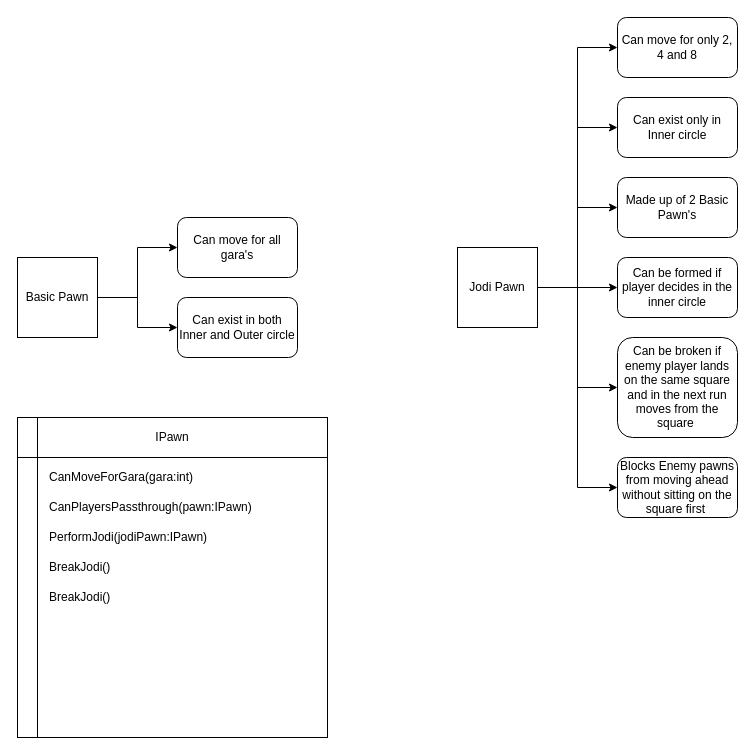
This is page "Pawns" (4 of 6) of ChoukaBara.drawio from mohithsrao/GodotGameChoukaBara, a draw.io file, before an edit. Source tidied: cells renumbered, new cells numbered last; positions are measured from the earlier drawing's top-left corner, leaving out a move shared by most shapes. Both pictures are drawn from the tidied source at 100%, with x=0, y=0 at pixel (17, 17).
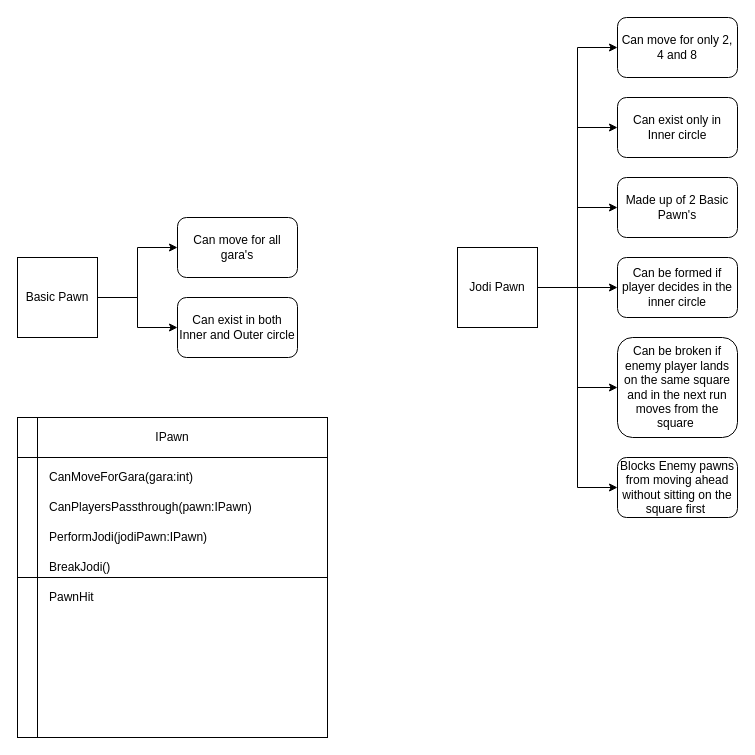
After the change.

Commit message:
Updated diagram for opaen class structure

Unchanged cells that the change refers to:
```xml
<mxCell id="20" style="shape=internalStorage;whiteSpace=wrap;html=1;backgroundOutline=1;dx=20;dy=40;" parent="1" vertex="1">
  <mxGeometry y="400" width="310" height="320" as="geometry" />
</mxCell>
```

What changed in the source:
```diff
@@
-    <mxCell id="26" value="BreakJodi()" style="text;html=1;strokeColor=none;fillColor=none;align=left;verticalAlign=middle;whiteSpace=wrap;rounded=0;" parent="1" vertex="1">
-      <mxGeometry x="30" y="570" width="270" height="20" as="geometry" />
-    </mxCell>
+    <mxCell id="27" style="endArrow=none;html=1;entryX=1;entryY=0.5;entryDx=0;entryDy=0;exitX=0;exitY=0.5;exitDx=0;exitDy=0;" parent="1" edge="1" source="20" target="20">
+      <mxGeometry relative="1" as="geometry" />
+    </mxCell>
+    <mxCell id="28" value="PawnHit" style="text;html=1;strokeColor=none;fillColor=none;align=left;verticalAlign=middle;whiteSpace=wrap;rounded=0;" parent="1" vertex="1">
+      <mxGeometry x="30" y="570" width="270" height="20" as="geometry" />
+    </mxCell>
```
